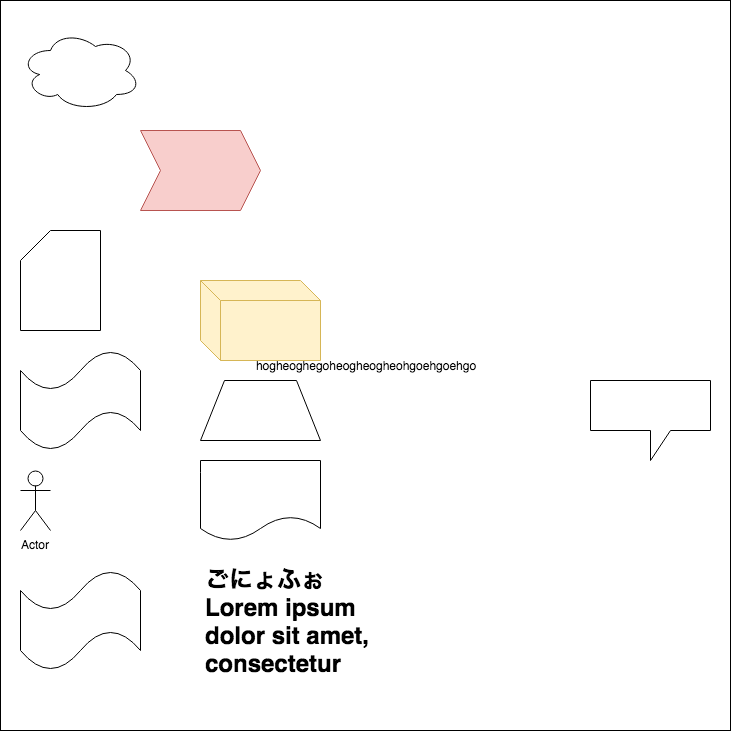
This is test2.png from TKKRTKY/benkyoukai_2018, a draw.io export, as it was before one commit. Source tidied: cells renumbered, new cells last; positions are measured from the earlier drawing's top-left corner, leaving out a move shared by most shapes.
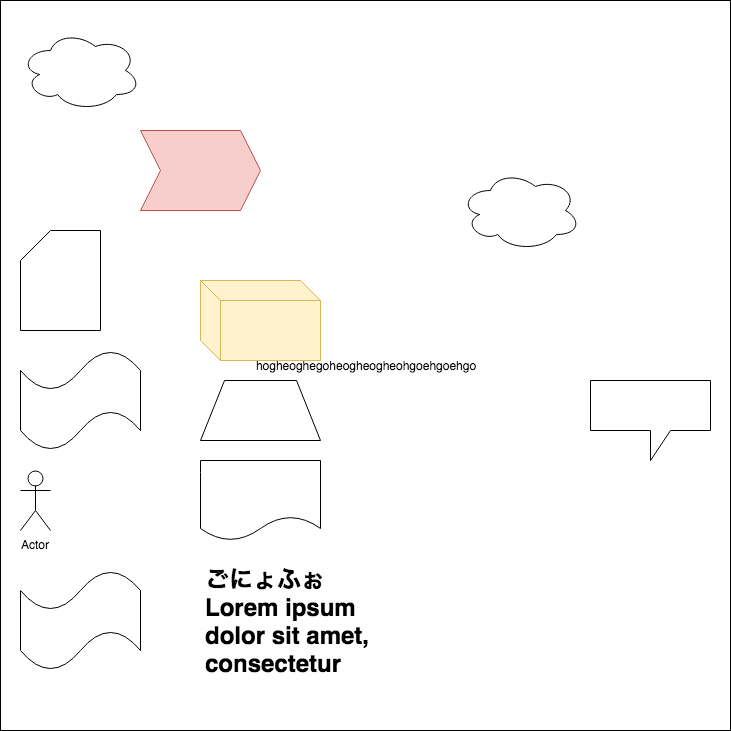
After the change.

What changed in the source:
```diff
@@ -38,5 +38,8 @@
     <mxCell id="13" style="shape=callout;whiteSpace=wrap;html=1;perimeter=calloutPerimeter;" parent="1" vertex="1">
       <mxGeometry x="590" y="380" width="120" height="80" as="geometry" />
     </mxCell>
+    <mxCell id="14" style="ellipse;shape=cloud;whiteSpace=wrap;html=1;" parent="1" vertex="1">
+      <mxGeometry x="460" y="170" width="120" height="80" as="geometry" />
+    </mxCell>
   </root>
 </mxGraphModel>
```
